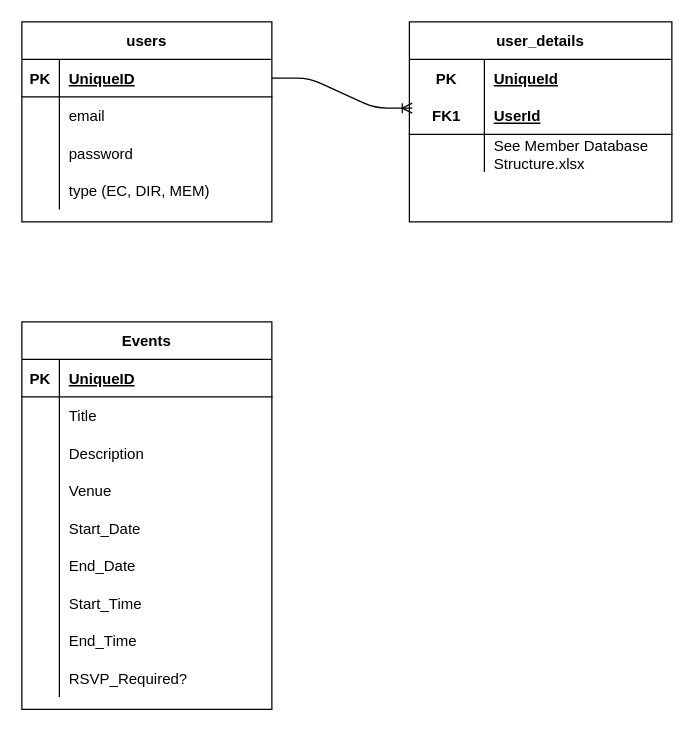
rahulshial/JSOC keeps this draw.io diagram as JSOC_ERD.drawio. Above is the earlier version. Source tidied: cells renumbered, new cells numbered last; positions are measured from the earlier drawing's top-left corner, leaving out a move shared by most shapes. Both pictures are drawn from the tidied source at 125%, with x=0, y=0 at pixel (21, 21).
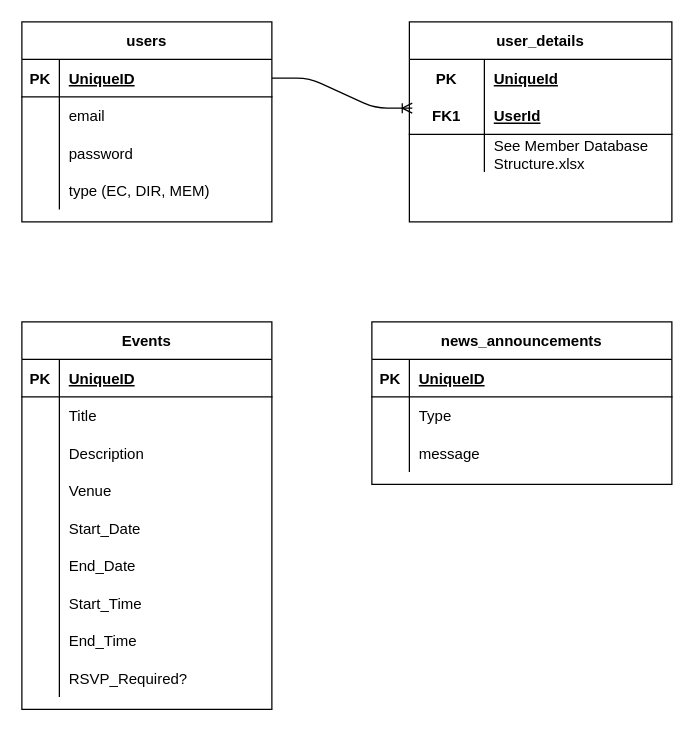
After the change.

The edit, as a diff of the source:
```diff
@@
+    <mxCell id="54" value="news_announcements" style="shape=table;startSize=30;childLayout=tableLayout;rowLines=0;fontStyle=1;align=center;" parent="1" vertex="1">
+      <mxGeometry x="280" y="240" width="240" height="130" as="geometry" />
+    </mxCell>
+    <mxCell id="55" style="shape=partialRectangle;fillColor=none;top=0;left=0;bottom=1;right=0;" parent="54" vertex="1">
+      <mxGeometry y="30" width="240" height="30" as="geometry" />
+    </mxCell>
+    <mxCell id="56" value="PK" style="shape=partialRectangle;fillColor=none;top=0;left=0;bottom=0;right=0;fontStyle=1;overflow=hidden;" parent="55" vertex="1">
+      <mxGeometry width="30" height="30" as="geometry" />
+    </mxCell>
+    <mxCell id="57" value="UniqueID" style="shape=partialRectangle;fillColor=none;top=0;left=0;bottom=0;right=0;align=left;spacingLeft=6;fontStyle=5;overflow=hidden;" parent="55" vertex="1">
+      <mxGeometry x="30" width="210" height="30" as="geometry" />
+    </mxCell>
+    <mxCell id="58" style="shape=partialRectangle;fillColor=none;top=0;left=0;bottom=0;right=0;" parent="54" vertex="1">
+      <mxGeometry y="60" width="240" height="30" as="geometry" />
+    </mxCell>
+    <mxCell id="59" style="shape=partialRectangle;fillColor=none;top=0;left=0;bottom=0;right=0;overflow=hidden;" parent="58" vertex="1">
+      <mxGeometry width="30" height="30" as="geometry" />
+    </mxCell>
+    <mxCell id="60" value="Type" style="shape=partialRectangle;fillColor=none;top=0;left=0;bottom=0;right=0;align=left;spacingLeft=6;overflow=hidden;" parent="58" vertex="1">
+      <mxGeometry x="30" width="210" height="30" as="geometry" />
+    </mxCell>
+    <mxCell id="61" style="shape=partialRectangle;fillColor=none;top=0;left=0;bottom=0;right=0;" parent="54" vertex="1">
+      <mxGeometry y="90" width="240" height="30" as="geometry" />
+    </mxCell>
+    <mxCell id="62" style="shape=partialRectangle;fillColor=none;top=0;left=0;bottom=0;right=0;overflow=hidden;" parent="61" vertex="1">
+      <mxGeometry width="30" height="30" as="geometry" />
+    </mxCell>
+    <mxCell id="63" value="message" style="shape=partialRectangle;fillColor=none;top=0;left=0;bottom=0;right=0;align=left;spacingLeft=6;overflow=hidden;" parent="61" vertex="1">
+      <mxGeometry x="30" width="210" height="30" as="geometry" />
+    </mxCell>
```
